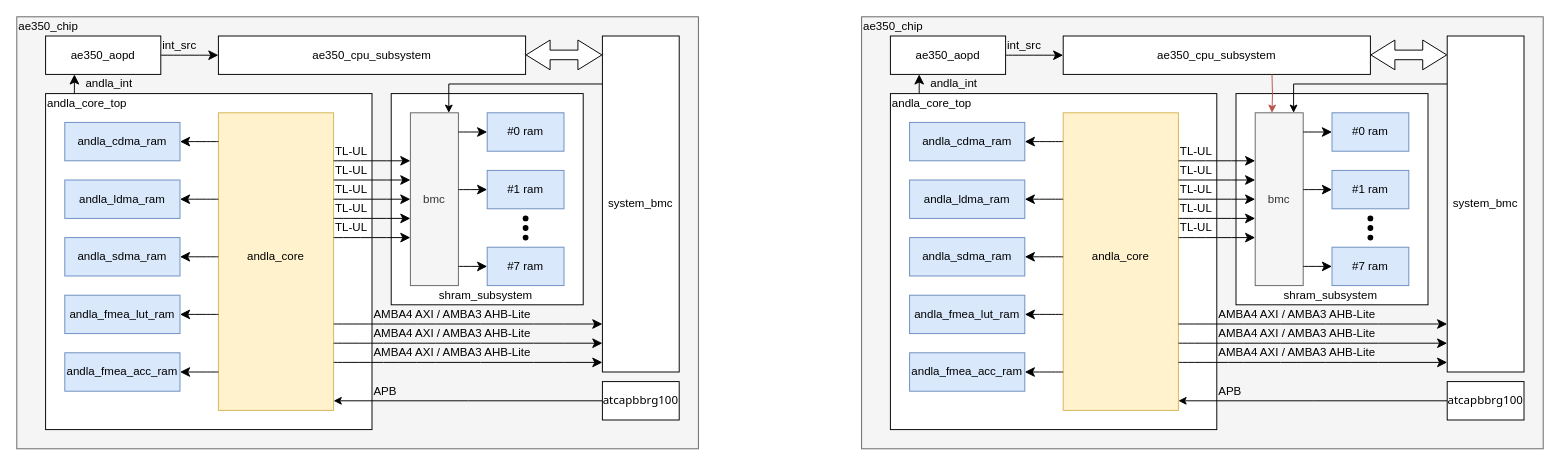
Earlier version of the draw.io diagram de/testing/include/ae350_andla_integration.drawio (jnjnliwenjie0022/obs). Source tidied: cells renumbered, new cells numbered last; positions are measured from the earlier drawing's top-left corner, leaving out a move shared by most shapes. Both pictures are drawn from the tidied source at 96%, with x=0, y=0 at pixel (16, 16).
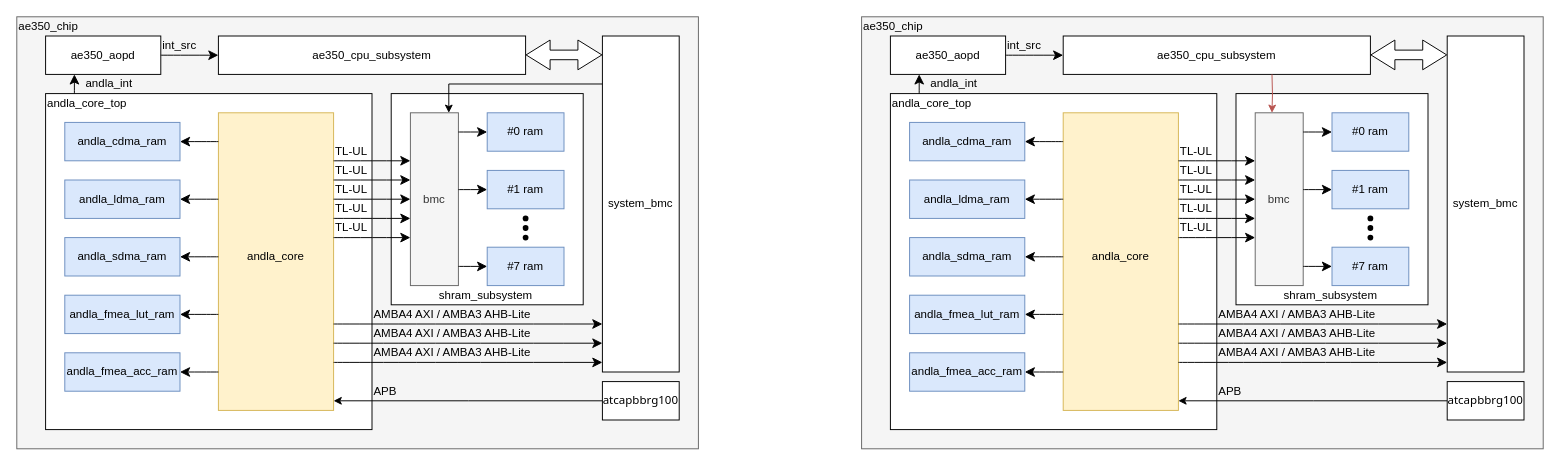
The same page after the edit.

Change to the diagram source:
```diff
@@
-    <mxCell id="114" style="edgeStyle=orthogonalEdgeStyle;rounded=0;orthogonalLoop=1;jettySize=auto;html=1;entryX=0.562;entryY=0.35;entryDx=0;entryDy=0;entryPerimeter=0;" parent="1" edge="1">
-      <mxGeometry relative="1" as="geometry">
-        <mxPoint x="1330" y="70" as="sourcePoint" />
-        <mxPoint x="1330" y="100" as="targetPoint" />
-      </mxGeometry>
-    </mxCell>
-    <mxCell id="115" style="edgeStyle=orthogonalEdgeStyle;rounded=0;orthogonalLoop=1;jettySize=auto;html=1;entryX=0.676;entryY=0.555;entryDx=0;entryDy=0;entryPerimeter=0;endArrow=none;endFill=0;" parent="1" edge="1">
-      <mxGeometry relative="1" as="geometry">
-        <mxPoint x="1490" y="70" as="sourcePoint" />
-        <mxPoint x="1330" y="70" as="targetPoint" />
-      </mxGeometry>
-    </mxCell>
```
